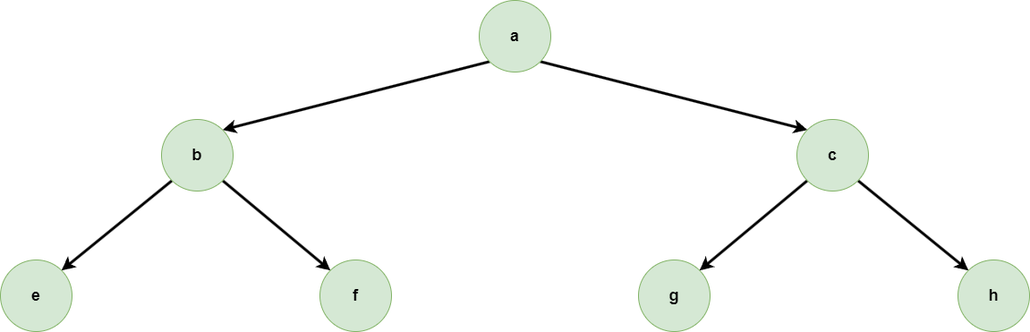
Before: algrithem/g1_data_struct_binary_tree_1_recursive_traversal1.drawio.png, a diagram exported from draw.io (muxicode/c153080686). Source tidied: cells renumbered, new cells last; positions are measured from the earlier drawing's top-left corner, leaving out a move shared by most shapes.
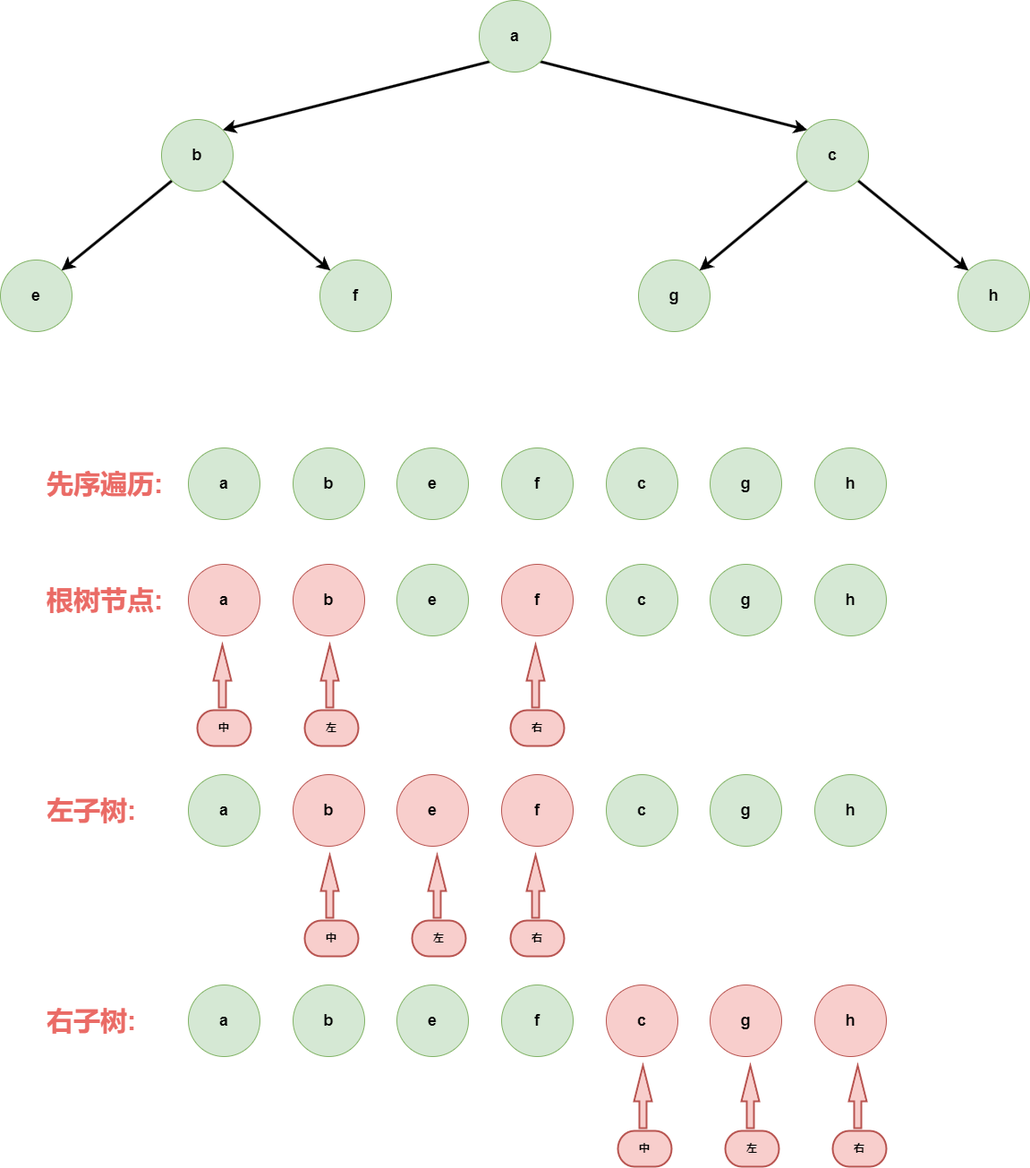
After the commit.

Change to the diagram source:
```diff
@@ -41,5 +41,194 @@
     <mxCell id="14" value="&lt;span style=&quot;font-size: 18px;&quot;&gt;&lt;b&gt;h&lt;/b&gt;&lt;br style=&quot;font-size: 18px;&quot;&gt;&lt;/span&gt;" style="ellipse;whiteSpace=wrap;html=1;fillColor=#d5e8d4;strokeColor=#82b366;fontSize=18;" parent="1" vertex="1">
       <mxGeometry x="1070" y="290" width="80" height="80" as="geometry" />
     </mxCell>
+    <mxCell id="15" style="group;" parent="1" vertex="1">
+      <mxGeometry x="50" y="500" width="940" height="80" as="geometry" />
+    </mxCell>
+    <mxCell id="16" value="&lt;font size=&quot;1&quot; color=&quot;#ea6b66&quot; style=&quot;&quot;&gt;&lt;b style=&quot;font-size: 30px;&quot;&gt;先序遍历:&amp;nbsp;&amp;nbsp;&lt;/b&gt;&lt;/font&gt;" style="text;html=1;align=left;verticalAlign=middle;strokeColor=none;fillColor=none;fontSize=18;" parent="15" vertex="1">
+      <mxGeometry y="15" width="170" height="50" as="geometry" />
+    </mxCell>
+    <mxCell id="17" value="&lt;span style=&quot;font-size: 18px;&quot;&gt;&lt;b&gt;a&lt;/b&gt;&lt;br style=&quot;font-size: 18px;&quot;&gt;&lt;/span&gt;" style="ellipse;whiteSpace=wrap;html=1;fillColor=#d5e8d4;strokeColor=#82b366;fontSize=18;" parent="15" vertex="1">
+      <mxGeometry x="160" width="80" height="80" as="geometry" />
+    </mxCell>
+    <mxCell id="18" value="&lt;span style=&quot;font-size: 18px;&quot;&gt;&lt;b&gt;b&lt;/b&gt;&lt;br style=&quot;font-size: 18px;&quot;&gt;&lt;/span&gt;" style="ellipse;whiteSpace=wrap;html=1;fillColor=#d5e8d4;strokeColor=#82b366;fontSize=18;" parent="15" vertex="1">
+      <mxGeometry x="277" width="80" height="80" as="geometry" />
+    </mxCell>
+    <mxCell id="19" value="&lt;span style=&quot;font-size: 18px;&quot;&gt;&lt;b&gt;e&lt;/b&gt;&lt;br style=&quot;font-size: 18px;&quot;&gt;&lt;/span&gt;" style="ellipse;whiteSpace=wrap;html=1;fillColor=#d5e8d4;strokeColor=#82b366;fontSize=18;" parent="15" vertex="1">
+      <mxGeometry x="393" width="80" height="80" as="geometry" />
+    </mxCell>
+    <mxCell id="20" value="&lt;span style=&quot;font-size: 18px;&quot;&gt;&lt;b&gt;f&lt;/b&gt;&lt;br style=&quot;font-size: 18px;&quot;&gt;&lt;/span&gt;" style="ellipse;whiteSpace=wrap;html=1;fillColor=#d5e8d4;strokeColor=#82b366;fontSize=18;" parent="15" vertex="1">
+      <mxGeometry x="510" width="80" height="80" as="geometry" />
+    </mxCell>
+    <mxCell id="21" value="&lt;span style=&quot;font-size: 18px;&quot;&gt;&lt;b&gt;c&lt;/b&gt;&lt;br style=&quot;font-size: 18px;&quot;&gt;&lt;/span&gt;" style="ellipse;whiteSpace=wrap;html=1;fillColor=#d5e8d4;strokeColor=#82b366;fontSize=18;" parent="15" vertex="1">
+      <mxGeometry x="627" width="80" height="80" as="geometry" />
+    </mxCell>
+    <mxCell id="22" value="&lt;span style=&quot;font-size: 18px;&quot;&gt;&lt;b&gt;g&lt;/b&gt;&lt;br style=&quot;font-size: 18px;&quot;&gt;&lt;/span&gt;" style="ellipse;whiteSpace=wrap;html=1;fillColor=#d5e8d4;strokeColor=#82b366;fontSize=18;" parent="15" vertex="1">
+      <mxGeometry x="743" width="80" height="80" as="geometry" />
+    </mxCell>
+    <mxCell id="23" value="&lt;span style=&quot;font-size: 18px;&quot;&gt;&lt;b&gt;h&lt;/b&gt;&lt;br style=&quot;font-size: 18px;&quot;&gt;&lt;/span&gt;" style="ellipse;whiteSpace=wrap;html=1;fillColor=#d5e8d4;strokeColor=#82b366;fontSize=18;" parent="15" vertex="1">
+      <mxGeometry x="860" width="80" height="80" as="geometry" />
+    </mxCell>
+    <mxCell id="24" style="group;" parent="1" vertex="1">
+      <mxGeometry x="50" y="630" width="940" height="203" as="geometry" />
+    </mxCell>
+    <mxCell id="25" value="&lt;font size=&quot;1&quot; color=&quot;#ea6b66&quot; style=&quot;&quot;&gt;&lt;b style=&quot;font-size: 30px;&quot;&gt;根树节点:&amp;nbsp;&amp;nbsp;&lt;/b&gt;&lt;/font&gt;" style="text;html=1;align=left;verticalAlign=middle;strokeColor=none;fillColor=none;fontSize=18;" parent="24" vertex="1">
+      <mxGeometry y="15" width="170" height="50" as="geometry" />
+    </mxCell>
+    <mxCell id="26" value="&lt;span style=&quot;font-size: 18px;&quot;&gt;&lt;b&gt;a&lt;/b&gt;&lt;br style=&quot;font-size: 18px;&quot;&gt;&lt;/span&gt;" style="ellipse;whiteSpace=wrap;html=1;fillColor=#f8cecc;strokeColor=#b85450;fontSize=18;" parent="24" vertex="1">
+      <mxGeometry x="160" width="80" height="80" as="geometry" />
+    </mxCell>
+    <mxCell id="27" value="&lt;span style=&quot;font-size: 18px;&quot;&gt;&lt;b&gt;b&lt;/b&gt;&lt;br style=&quot;font-size: 18px;&quot;&gt;&lt;/span&gt;" style="ellipse;whiteSpace=wrap;html=1;fillColor=#f8cecc;strokeColor=#b85450;fontSize=18;" parent="24" vertex="1">
+      <mxGeometry x="277" width="80" height="80" as="geometry" />
+    </mxCell>
+    <mxCell id="28" value="&lt;span style=&quot;font-size: 18px;&quot;&gt;&lt;b&gt;e&lt;/b&gt;&lt;br style=&quot;font-size: 18px;&quot;&gt;&lt;/span&gt;" style="ellipse;whiteSpace=wrap;html=1;fillColor=#d5e8d4;strokeColor=#82b366;fontSize=18;" parent="24" vertex="1">
+      <mxGeometry x="393" width="80" height="80" as="geometry" />
+    </mxCell>
+    <mxCell id="29" value="&lt;span style=&quot;font-size: 18px;&quot;&gt;&lt;b&gt;f&lt;/b&gt;&lt;br style=&quot;font-size: 18px;&quot;&gt;&lt;/span&gt;" style="ellipse;whiteSpace=wrap;html=1;fillColor=#f8cecc;strokeColor=#b85450;fontSize=18;" parent="24" vertex="1">
+      <mxGeometry x="510" width="80" height="80" as="geometry" />
+    </mxCell>
+    <mxCell id="30" value="&lt;span style=&quot;font-size: 18px;&quot;&gt;&lt;b&gt;c&lt;/b&gt;&lt;br style=&quot;font-size: 18px;&quot;&gt;&lt;/span&gt;" style="ellipse;whiteSpace=wrap;html=1;fillColor=#d5e8d4;strokeColor=#82b366;fontSize=18;" parent="24" vertex="1">
+      <mxGeometry x="627" width="80" height="80" as="geometry" />
+    </mxCell>
+    <mxCell id="31" value="&lt;span style=&quot;font-size: 18px;&quot;&gt;&lt;b&gt;g&lt;/b&gt;&lt;br style=&quot;font-size: 18px;&quot;&gt;&lt;/span&gt;" style="ellipse;whiteSpace=wrap;html=1;fillColor=#d5e8d4;strokeColor=#82b366;fontSize=18;" parent="24" vertex="1">
+      <mxGeometry x="743" width="80" height="80" as="geometry" />
+    </mxCell>
+    <mxCell id="32" value="&lt;span style=&quot;font-size: 18px;&quot;&gt;&lt;b&gt;h&lt;/b&gt;&lt;br style=&quot;font-size: 18px;&quot;&gt;&lt;/span&gt;" style="ellipse;whiteSpace=wrap;html=1;fillColor=#d5e8d4;strokeColor=#82b366;fontSize=18;" parent="24" vertex="1">
+      <mxGeometry x="860" width="80" height="80" as="geometry" />
+    </mxCell>
+    <mxCell id="33" style="group;" parent="24" vertex="1">
+      <mxGeometry x="170" y="90" width="60" height="113" as="geometry" />
+    </mxCell>
+    <mxCell id="34" value="中" style="strokeWidth=2;html=1;shape=mxgraph.flowchart.terminator;whiteSpace=wrap;fillColor=#f8cecc;strokeColor=#b85450;fontStyle=1;" parent="33" vertex="1">
+      <mxGeometry y="73" width="60" height="40" as="geometry" />
+    </mxCell>
+    <mxCell id="35" style="verticalLabelPosition=bottom;verticalAlign=top;html=1;strokeWidth=2;shape=mxgraph.arrows2.arrow;dy=0.6;dx=40;notch=0;direction=north;fillColor=#f8cecc;strokeColor=#b85450;" parent="33" vertex="1">
+      <mxGeometry x="18" width="20" height="70" as="geometry" />
+    </mxCell>
+    <mxCell id="36" style="group;" parent="24" vertex="1">
+      <mxGeometry x="290" y="90" width="60" height="113" as="geometry" />
+    </mxCell>
+    <mxCell id="37" value="左" style="strokeWidth=2;html=1;shape=mxgraph.flowchart.terminator;whiteSpace=wrap;fillColor=#f8cecc;strokeColor=#b85450;fontStyle=1;" parent="36" vertex="1">
+      <mxGeometry y="73" width="60" height="40" as="geometry" />
+    </mxCell>
+    <mxCell id="38" style="verticalLabelPosition=bottom;verticalAlign=top;html=1;strokeWidth=2;shape=mxgraph.arrows2.arrow;dy=0.6;dx=40;notch=0;direction=north;fillColor=#f8cecc;strokeColor=#b85450;" parent="36" vertex="1">
+      <mxGeometry x="18" width="20" height="70" as="geometry" />
+    </mxCell>
+    <mxCell id="39" style="group;" parent="24" vertex="1">
+      <mxGeometry x="520" y="90" width="60" height="113" as="geometry" />
+    </mxCell>
+    <mxCell id="40" value="右" style="strokeWidth=2;html=1;shape=mxgraph.flowchart.terminator;whiteSpace=wrap;fillColor=#f8cecc;strokeColor=#b85450;fontStyle=1;" parent="39" vertex="1">
+      <mxGeometry y="73" width="60" height="40" as="geometry" />
+    </mxCell>
+    <mxCell id="41" style="verticalLabelPosition=bottom;verticalAlign=top;html=1;strokeWidth=2;shape=mxgraph.arrows2.arrow;dy=0.6;dx=40;notch=0;direction=north;fillColor=#f8cecc;strokeColor=#b85450;" parent="39" vertex="1">
+      <mxGeometry x="18" width="20" height="70" as="geometry" />
+    </mxCell>
+    <mxCell id="42" style="group;" parent="1" vertex="1">
+      <mxGeometry x="50" y="865" width="940" height="203" as="geometry" />
+    </mxCell>
+    <mxCell id="43" value="&lt;font size=&quot;1&quot; color=&quot;#ea6b66&quot; style=&quot;&quot;&gt;&lt;b style=&quot;font-size: 30px;&quot;&gt;左子树:&amp;nbsp;&amp;nbsp;&lt;/b&gt;&lt;/font&gt;" style="text;html=1;align=left;verticalAlign=middle;strokeColor=none;fillColor=none;fontSize=18;" parent="42" vertex="1">
+      <mxGeometry y="15" width="140" height="50" as="geometry" />
+    </mxCell>
+    <mxCell id="44" value="&lt;span style=&quot;font-size: 18px;&quot;&gt;&lt;b&gt;a&lt;/b&gt;&lt;br style=&quot;font-size: 18px;&quot;&gt;&lt;/span&gt;" style="ellipse;whiteSpace=wrap;html=1;fillColor=#d5e8d4;strokeColor=#82b366;fontSize=18;" parent="42" vertex="1">
+      <mxGeometry x="160" width="80" height="80" as="geometry" />
+    </mxCell>
+    <mxCell id="45" value="&lt;span style=&quot;font-size: 18px;&quot;&gt;&lt;b&gt;b&lt;/b&gt;&lt;br style=&quot;font-size: 18px;&quot;&gt;&lt;/span&gt;" style="ellipse;whiteSpace=wrap;html=1;fillColor=#f8cecc;strokeColor=#b85450;fontSize=18;" parent="42" vertex="1">
+      <mxGeometry x="277" width="80" height="80" as="geometry" />
+    </mxCell>
+    <mxCell id="46" value="&lt;span style=&quot;font-size: 18px;&quot;&gt;&lt;b&gt;e&lt;/b&gt;&lt;br style=&quot;font-size: 18px;&quot;&gt;&lt;/span&gt;" style="ellipse;whiteSpace=wrap;html=1;fillColor=#f8cecc;strokeColor=#b85450;fontSize=18;" parent="42" vertex="1">
+      <mxGeometry x="393" width="80" height="80" as="geometry" />
+    </mxCell>
+    <mxCell id="47" value="&lt;span style=&quot;font-size: 18px;&quot;&gt;&lt;b&gt;f&lt;/b&gt;&lt;br style=&quot;font-size: 18px;&quot;&gt;&lt;/span&gt;" style="ellipse;whiteSpace=wrap;html=1;fillColor=#f8cecc;strokeColor=#b85450;fontSize=18;" parent="42" vertex="1">
+      <mxGeometry x="510" width="80" height="80" as="geometry" />
+    </mxCell>
+    <mxCell id="48" value="&lt;span style=&quot;font-size: 18px;&quot;&gt;&lt;b&gt;c&lt;/b&gt;&lt;br style=&quot;font-size: 18px;&quot;&gt;&lt;/span&gt;" style="ellipse;whiteSpace=wrap;html=1;fillColor=#d5e8d4;strokeColor=#82b366;fontSize=18;" parent="42" vertex="1">
+      <mxGeometry x="627" width="80" height="80" as="geometry" />
+    </mxCell>
+    <mxCell id="49" value="&lt;span style=&quot;font-size: 18px;&quot;&gt;&lt;b&gt;g&lt;/b&gt;&lt;br style=&quot;font-size: 18px;&quot;&gt;&lt;/span&gt;" style="ellipse;whiteSpace=wrap;html=1;fillColor=#d5e8d4;strokeColor=#82b366;fontSize=18;" parent="42" vertex="1">
+      <mxGeometry x="743" width="80" height="80" as="geometry" />
+    </mxCell>
+    <mxCell id="50" value="&lt;span style=&quot;font-size: 18px;&quot;&gt;&lt;b&gt;h&lt;/b&gt;&lt;br style=&quot;font-size: 18px;&quot;&gt;&lt;/span&gt;" style="ellipse;whiteSpace=wrap;html=1;fillColor=#d5e8d4;strokeColor=#82b366;fontSize=18;" parent="42" vertex="1">
+      <mxGeometry x="860" width="80" height="80" as="geometry" />
+    </mxCell>
+    <mxCell id="51" style="group;" parent="42" vertex="1">
+      <mxGeometry x="290" y="90" width="60" height="113" as="geometry" />
+    </mxCell>
+    <mxCell id="52" value="中" style="strokeWidth=2;html=1;shape=mxgraph.flowchart.terminator;whiteSpace=wrap;fillColor=#f8cecc;strokeColor=#b85450;fontStyle=1;" parent="51" vertex="1">
+      <mxGeometry y="73" width="60" height="40" as="geometry" />
+    </mxCell>
+    <mxCell id="53" style="verticalLabelPosition=bottom;verticalAlign=top;html=1;strokeWidth=2;shape=mxgraph.arrows2.arrow;dy=0.6;dx=40;notch=0;direction=north;fillColor=#f8cecc;strokeColor=#b85450;" parent="51" vertex="1">
+      <mxGeometry x="18" width="20" height="70" as="geometry" />
+    </mxCell>
+    <mxCell id="54" style="group;" parent="42" vertex="1">
+      <mxGeometry x="410" y="90" width="60" height="113" as="geometry" />
+    </mxCell>
+    <mxCell id="55" value="左" style="strokeWidth=2;html=1;shape=mxgraph.flowchart.terminator;whiteSpace=wrap;fillColor=#f8cecc;strokeColor=#b85450;fontStyle=1;" parent="54" vertex="1">
+      <mxGeometry y="73" width="60" height="40" as="geometry" />
+    </mxCell>
+    <mxCell id="56" style="verticalLabelPosition=bottom;verticalAlign=top;html=1;strokeWidth=2;shape=mxgraph.arrows2.arrow;dy=0.6;dx=40;notch=0;direction=north;fillColor=#f8cecc;strokeColor=#b85450;" parent="54" vertex="1">
+      <mxGeometry x="18" width="20" height="70" as="geometry" />
+    </mxCell>
+    <mxCell id="57" style="group;" parent="42" vertex="1">
+      <mxGeometry x="520" y="90" width="60" height="113" as="geometry" />
+    </mxCell>
+    <mxCell id="58" value="右" style="strokeWidth=2;html=1;shape=mxgraph.flowchart.terminator;whiteSpace=wrap;fillColor=#f8cecc;strokeColor=#b85450;fontStyle=1;" parent="57" vertex="1">
+      <mxGeometry y="73" width="60" height="40" as="geometry" />
+    </mxCell>
+    <mxCell id="59" style="verticalLabelPosition=bottom;verticalAlign=top;html=1;strokeWidth=2;shape=mxgraph.arrows2.arrow;dy=0.6;dx=40;notch=0;direction=north;fillColor=#f8cecc;strokeColor=#b85450;" parent="57" vertex="1">
+      <mxGeometry x="18" width="20" height="70" as="geometry" />
+    </mxCell>
+    <mxCell id="60" style="group;" parent="1" vertex="1">
+      <mxGeometry x="50" y="1100" width="940" height="203" as="geometry" />
+    </mxCell>
+    <mxCell id="61" value="&lt;font size=&quot;1&quot; color=&quot;#ea6b66&quot; style=&quot;&quot;&gt;&lt;b style=&quot;font-size: 30px;&quot;&gt;右子树:&amp;nbsp;&amp;nbsp;&lt;/b&gt;&lt;/font&gt;" style="text;html=1;align=left;verticalAlign=middle;strokeColor=none;fillColor=none;fontSize=18;" parent="60" vertex="1">
+      <mxGeometry y="15" width="140" height="50" as="geometry" />
+    </mxCell>
+    <mxCell id="62" value="&lt;span style=&quot;font-size: 18px;&quot;&gt;&lt;b&gt;a&lt;/b&gt;&lt;br style=&quot;font-size: 18px;&quot;&gt;&lt;/span&gt;" style="ellipse;whiteSpace=wrap;html=1;fillColor=#d5e8d4;strokeColor=#82b366;fontSize=18;" parent="60" vertex="1">
+      <mxGeometry x="160" width="80" height="80" as="geometry" />
+    </mxCell>
+    <mxCell id="63" value="&lt;span style=&quot;font-size: 18px;&quot;&gt;&lt;b&gt;b&lt;/b&gt;&lt;br style=&quot;font-size: 18px;&quot;&gt;&lt;/span&gt;" style="ellipse;whiteSpace=wrap;html=1;fillColor=#d5e8d4;strokeColor=#82b366;fontSize=18;" parent="60" vertex="1">
+      <mxGeometry x="277" width="80" height="80" as="geometry" />
+    </mxCell>
+    <mxCell id="64" value="&lt;span style=&quot;font-size: 18px;&quot;&gt;&lt;b&gt;e&lt;/b&gt;&lt;br style=&quot;font-size: 18px;&quot;&gt;&lt;/span&gt;" style="ellipse;whiteSpace=wrap;html=1;fillColor=#d5e8d4;strokeColor=#82b366;fontSize=18;" parent="60" vertex="1">
+      <mxGeometry x="393" width="80" height="80" as="geometry" />
+    </mxCell>
+    <mxCell id="65" value="&lt;span style=&quot;font-size: 18px;&quot;&gt;&lt;b&gt;f&lt;/b&gt;&lt;br style=&quot;font-size: 18px;&quot;&gt;&lt;/span&gt;" style="ellipse;whiteSpace=wrap;html=1;fillColor=#d5e8d4;strokeColor=#82b366;fontSize=18;" parent="60" vertex="1">
+      <mxGeometry x="510" width="80" height="80" as="geometry" />
+    </mxCell>
+    <mxCell id="66" value="&lt;span style=&quot;font-size: 18px;&quot;&gt;&lt;b&gt;c&lt;/b&gt;&lt;br style=&quot;font-size: 18px;&quot;&gt;&lt;/span&gt;" style="ellipse;whiteSpace=wrap;html=1;fillColor=#f8cecc;strokeColor=#b85450;fontSize=18;" parent="60" vertex="1">
+      <mxGeometry x="627" width="80" height="80" as="geometry" />
+    </mxCell>
+    <mxCell id="67" value="&lt;span style=&quot;font-size: 18px;&quot;&gt;&lt;b&gt;g&lt;/b&gt;&lt;br style=&quot;font-size: 18px;&quot;&gt;&lt;/span&gt;" style="ellipse;whiteSpace=wrap;html=1;fillColor=#f8cecc;strokeColor=#b85450;fontSize=18;" parent="60" vertex="1">
+      <mxGeometry x="743" width="80" height="80" as="geometry" />
+    </mxCell>
+    <mxCell id="68" value="&lt;span style=&quot;font-size: 18px;&quot;&gt;&lt;b&gt;h&lt;/b&gt;&lt;br style=&quot;font-size: 18px;&quot;&gt;&lt;/span&gt;" style="ellipse;whiteSpace=wrap;html=1;fillColor=#f8cecc;strokeColor=#b85450;fontSize=18;" parent="60" vertex="1">
+      <mxGeometry x="860" width="80" height="80" as="geometry" />
+    </mxCell>
+    <mxCell id="69" style="group;" parent="60" vertex="1">
+      <mxGeometry x="640" y="90" width="60" height="113" as="geometry" />
+    </mxCell>
+    <mxCell id="70" value="中" style="strokeWidth=2;html=1;shape=mxgraph.flowchart.terminator;whiteSpace=wrap;fillColor=#f8cecc;strokeColor=#b85450;fontStyle=1;" parent="69" vertex="1">
+      <mxGeometry y="73" width="60" height="40" as="geometry" />
+    </mxCell>
+    <mxCell id="71" style="verticalLabelPosition=bottom;verticalAlign=top;html=1;strokeWidth=2;shape=mxgraph.arrows2.arrow;dy=0.6;dx=40;notch=0;direction=north;fillColor=#f8cecc;strokeColor=#b85450;" parent="69" vertex="1">
+      <mxGeometry x="18" width="20" height="70" as="geometry" />
+    </mxCell>
+    <mxCell id="72" style="group;" parent="60" vertex="1">
+      <mxGeometry x="760" y="90" width="60" height="113" as="geometry" />
+    </mxCell>
+    <mxCell id="73" value="左" style="strokeWidth=2;html=1;shape=mxgraph.flowchart.terminator;whiteSpace=wrap;fillColor=#f8cecc;strokeColor=#b85450;fontStyle=1;" parent="72" vertex="1">
+      <mxGeometry y="73" width="60" height="40" as="geometry" />
+    </mxCell>
+    <mxCell id="74" style="verticalLabelPosition=bottom;verticalAlign=top;html=1;strokeWidth=2;shape=mxgraph.arrows2.arrow;dy=0.6;dx=40;notch=0;direction=north;fillColor=#f8cecc;strokeColor=#b85450;" parent="72" vertex="1">
+      <mxGeometry x="18" width="20" height="70" as="geometry" />
+    </mxCell>
+    <mxCell id="75" style="group;" parent="60" vertex="1">
+      <mxGeometry x="880" y="90" width="60" height="113" as="geometry" />
+    </mxCell>
+    <mxCell id="76" value="右" style="strokeWidth=2;html=1;shape=mxgraph.flowchart.terminator;whiteSpace=wrap;fillColor=#f8cecc;strokeColor=#b85450;fontStyle=1;" parent="75" vertex="1">
+      <mxGeometry y="73" width="60" height="40" as="geometry" />
+    </mxCell>
+    <mxCell id="77" style="verticalLabelPosition=bottom;verticalAlign=top;html=1;strokeWidth=2;shape=mxgraph.arrows2.arrow;dy=0.6;dx=40;notch=0;direction=north;fillColor=#f8cecc;strokeColor=#b85450;" parent="75" vertex="1">
+      <mxGeometry x="18" width="20" height="70" as="geometry" />
+    </mxCell>
   </root>
 </mxGraphModel>
```
